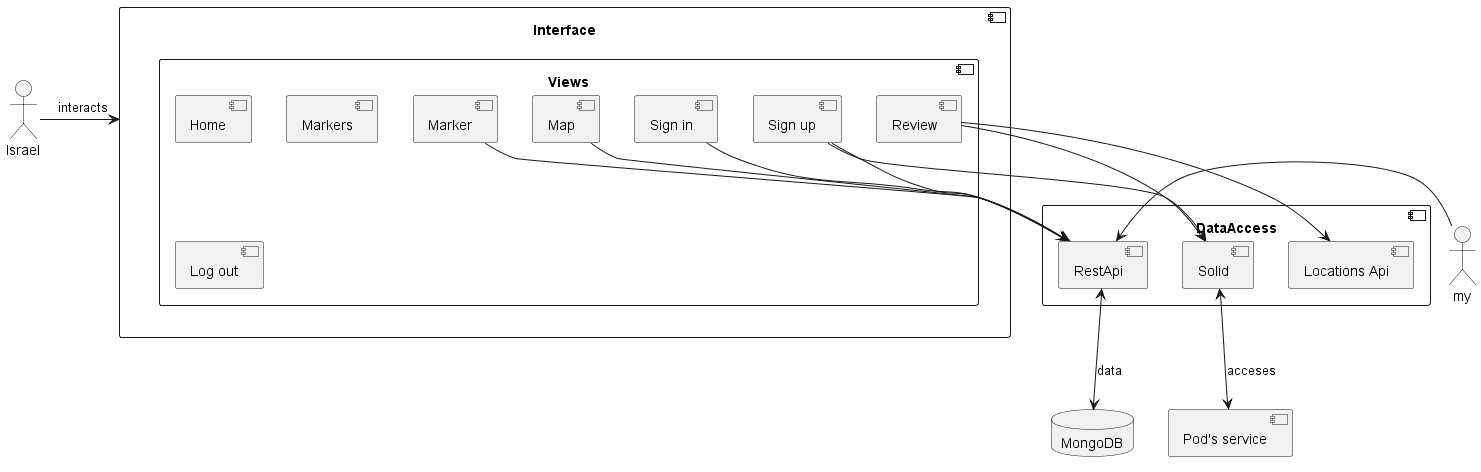
Earlier version of the PlantUML export images/level3.png (Arquisoft/lomap_es3a). Its diagram source:
```plantuml
@startuml

Actor Israel

Component Interface{

    Component vi as "Views"{

       Component ho as "Home"

       Component marker as "Marker"

       Component mm as "Markers"

       Component map as "Map"

       Component lo as "Sign in"

       Component re as "Sign up"

       Component out as "Log out"

       Component rw as "Review"

    }

}

Component DataAccess{

       Component sol as "Solid"

       Component res as "RestApi"

       Component le as "Locations Api"

}

Component pod as "Pod's service"

Database db as "MongoDB"

Israel -right->Interface: interacts


re -right-> sol

rw -down-> sol


re-right->res

map-right->res

lo-right->res

marker-right->res

my-right->res


rw -down->le


sol <-down-> pod:acceses

res <-down-> db:data

@enduml
```
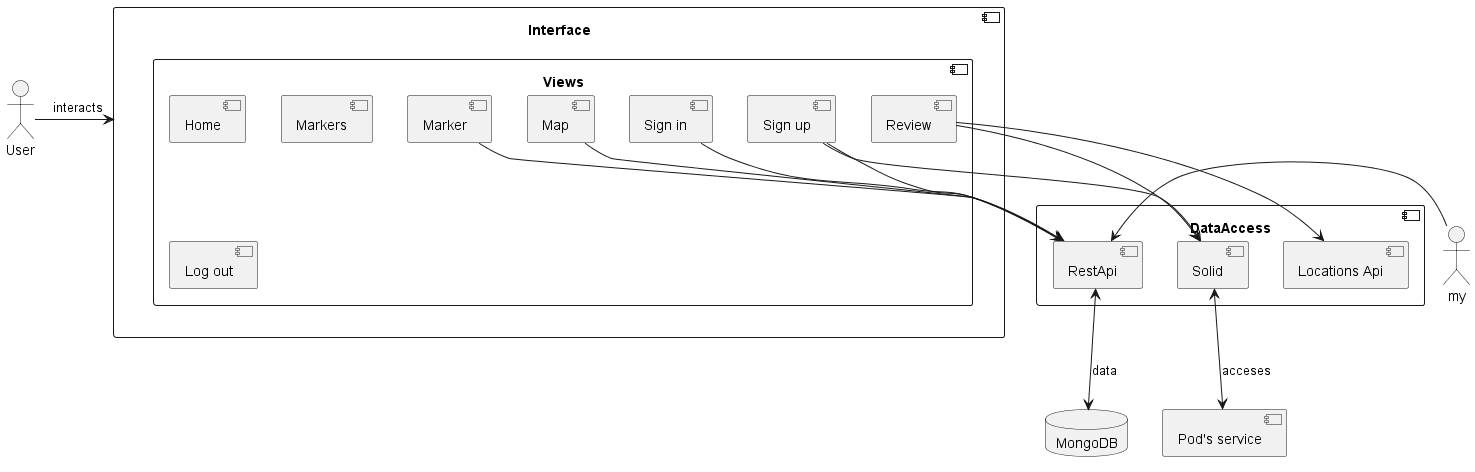
Later version of the same file.

Diff of the diagram source:
```diff
@@ -1,6 +1,6 @@
 @startuml
 
-Actor Israel
+Actor User
 
 Component Interface{
 
@@ -40,7 +40,7 @@
 
 Database db as "MongoDB"
 
-Israel -right->Interface: interacts
+User -right->Interface: interacts
 
 
 re -right-> sol
```
